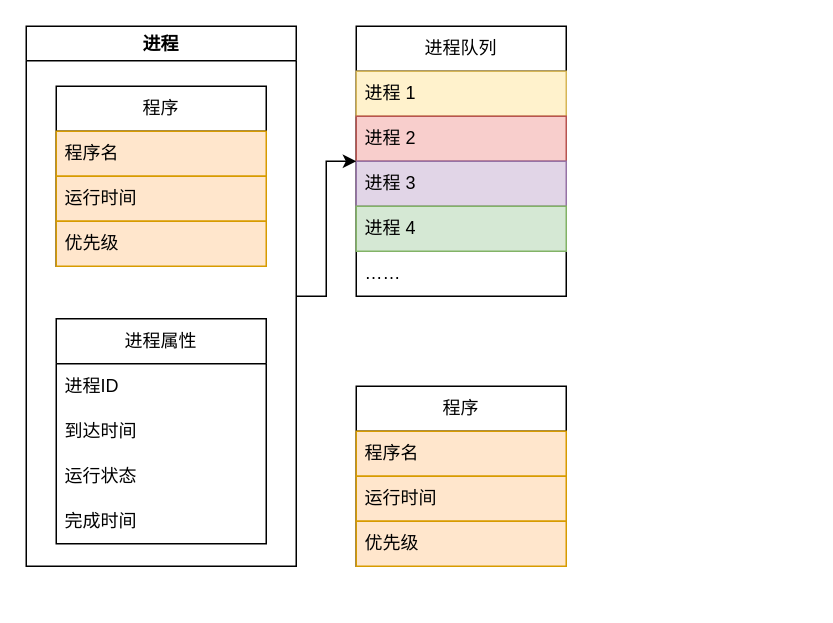
This is page "进程结构" (1 of 5) of 思维导图/思维导图.drawio from lanut/ProcessorSchedulingSimulation, a draw.io file, before an edit. Source tidied: cells renumbered, new cells numbered last; positions are measured from the earlier drawing's top-left corner, leaving out a move shared by most shapes. Both pictures are drawn from the tidied source at 150%, with x=0, y=0 at pixel (26, 26).
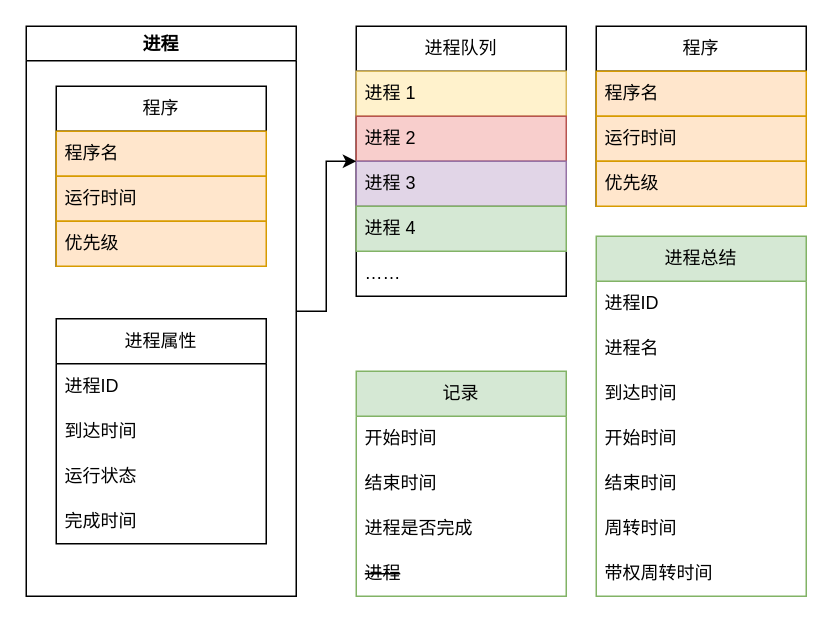
The same diagram, later.

Diff of the diagram source:
```diff
@@
     <mxCell id="2" value="程序" style="swimlane;fontStyle=0;horizontal=1;startSize=30;whiteSpace=wrap;html=1;" parent="1" vertex="1">
-      <mxGeometry x="220" y="240" width="140" height="120" as="geometry" />
+      <mxGeometry x="380" width="140" height="120" as="geometry" />
     </mxCell>
@@
     <mxCell id="13" value="进程" style="swimlane;whiteSpace=wrap;html=1;" parent="1" vertex="1">
-      <mxGeometry width="180" height="360" as="geometry" />
+      <mxGeometry width="180" height="380" as="geometry" />
     </mxCell>
@@
+    <mxCell id="23" value="记录" style="swimlane;fontStyle=0;horizontal=1;startSize=30;whiteSpace=wrap;html=1;fillColor=#d5e8d4;strokeColor=#82b366;" parent="1" vertex="1">
+      <mxGeometry x="220" y="230" width="140" height="150" as="geometry" />
+    </mxCell>
+    <mxCell id="24" value="开始时间" style="text;align=left;verticalAlign=middle;spacingLeft=4;spacingRight=4;overflow=hidden;whiteSpace=wrap;html=1;" parent="23" vertex="1">
+      <mxGeometry y="30" width="140" height="30" as="geometry" />
+    </mxCell>
+    <mxCell id="25" value="结束时间" style="text;align=left;verticalAlign=middle;spacingLeft=4;spacingRight=4;overflow=hidden;whiteSpace=wrap;html=1;" parent="23" vertex="1">
+      <mxGeometry y="60" width="140" height="30" as="geometry" />
+    </mxCell>
+    <mxCell id="26" value="进程是否完成" style="text;align=left;verticalAlign=middle;spacingLeft=4;spacingRight=4;overflow=hidden;whiteSpace=wrap;html=1;" parent="23" vertex="1">
+      <mxGeometry y="90" width="140" height="30" as="geometry" />
+    </mxCell>
+    <mxCell id="27" value="&lt;del&gt;进程&lt;/del&gt;" style="text;align=left;verticalAlign=middle;spacingLeft=4;spacingRight=4;overflow=hidden;whiteSpace=wrap;html=1;" parent="23" vertex="1">
+      <mxGeometry y="120" width="140" height="30" as="geometry" />
+    </mxCell>
+    <mxCell id="28" value="进程总结" style="swimlane;fontStyle=0;horizontal=1;startSize=30;whiteSpace=wrap;html=1;fillColor=#d5e8d4;strokeColor=#82b366;" parent="1" vertex="1">
+      <mxGeometry x="380" y="140" width="140" height="240" as="geometry" />
+    </mxCell>
+    <mxCell id="29" value="进程ID" style="text;align=left;verticalAlign=middle;spacingLeft=4;spacingRight=4;overflow=hidden;whiteSpace=wrap;html=1;" parent="28" vertex="1">
+      <mxGeometry y="30" width="140" height="30" as="geometry" />
+    </mxCell>
+    <mxCell id="30" value="进程名" style="text;align=left;verticalAlign=middle;spacingLeft=4;spacingRight=4;overflow=hidden;whiteSpace=wrap;html=1;" parent="28" vertex="1">
+      <mxGeometry y="60" width="140" height="30" as="geometry" />
+    </mxCell>
+    <mxCell id="31" value="到达时间" style="text;align=left;verticalAlign=middle;spacingLeft=4;spacingRight=4;overflow=hidden;whiteSpace=wrap;html=1;" parent="28" vertex="1">
+      <mxGeometry y="90" width="140" height="30" as="geometry" />
+    </mxCell>
+    <mxCell id="32" value="开始时间" style="text;align=left;verticalAlign=middle;spacingLeft=4;spacingRight=4;overflow=hidden;whiteSpace=wrap;html=1;" parent="28" vertex="1">
+      <mxGeometry y="120" width="140" height="30" as="geometry" />
+    </mxCell>
+    <mxCell id="33" value="结束时间" style="text;align=left;verticalAlign=middle;spacingLeft=4;spacingRight=4;overflow=hidden;whiteSpace=wrap;html=1;" parent="28" vertex="1">
+      <mxGeometry y="150" width="140" height="30" as="geometry" />
+    </mxCell>
+    <mxCell id="34" value="周转时间" style="text;align=left;verticalAlign=middle;spacingLeft=4;spacingRight=4;overflow=hidden;whiteSpace=wrap;html=1;" parent="28" vertex="1">
+      <mxGeometry y="180" width="140" height="30" as="geometry" />
+    </mxCell>
+    <mxCell id="35" value="带权周转时间" style="text;align=left;verticalAlign=middle;spacingLeft=4;spacingRight=4;overflow=hidden;whiteSpace=wrap;html=1;" parent="28" vertex="1">
+      <mxGeometry y="210" width="140" height="30" as="geometry" />
+    </mxCell>
```
